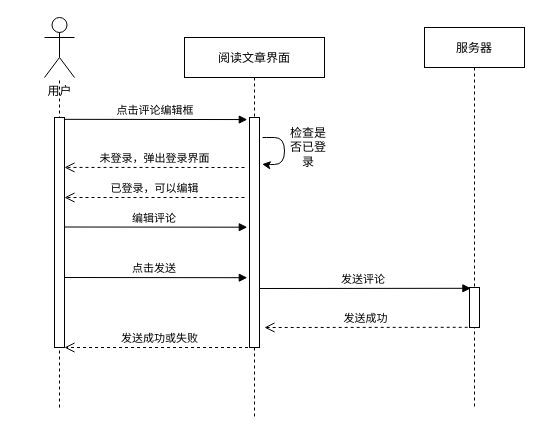
Earlier version of the draw.io diagram 评论文章时序图.drawio (Darius-H/Diagram-Folder). Source tidied: cells renumbered, new cells numbered last; positions are measured from the earlier drawing's top-left corner, leaving out a move shared by most shapes. Both pictures are drawn from the tidied source at 100%, with x=0, y=0 at pixel (44, 17).
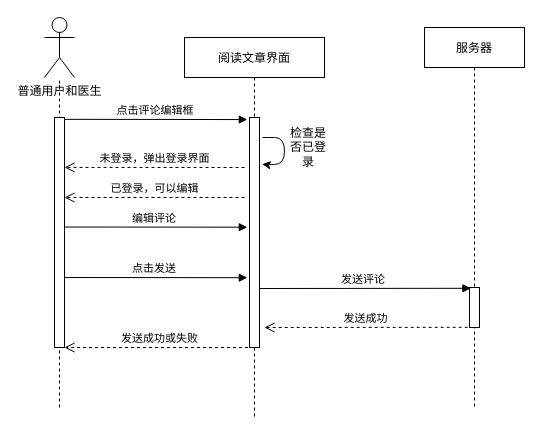
Above is the later version.

Commit message:
Update 评论文章时序图.drawio

What changed in the source:
```diff
@@
-    <mxCell id="7" value="用户" style="shape=umlActor;verticalLabelPosition=bottom;verticalAlign=top;html=1;outlineConnect=0;fontStyle=0;fontFamily=Helvetica;" parent="1" vertex="1">
+    <mxCell id="7" value="普通用户和医生" style="shape=umlActor;verticalLabelPosition=bottom;verticalAlign=top;html=1;outlineConnect=0;fontStyle=0;fontFamily=Helvetica;" parent="1" vertex="1">
       <mxGeometry width="30" height="60" as="geometry" />
     </mxCell>
```
